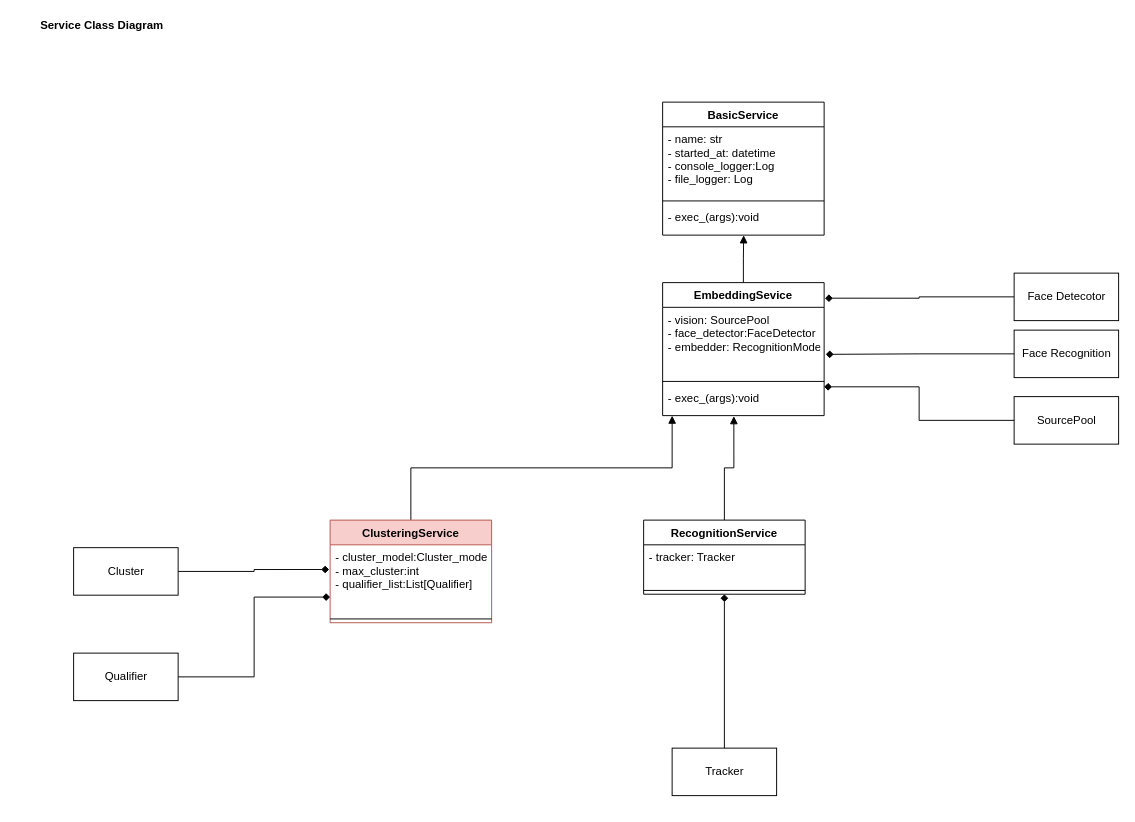
Before: page "Class Diagram Service" (3 of 4) of doc/diagram/face recognition.drawio in armin-azh/siamese, a draw.io diagram. Source tidied: cells renumbered, new cells numbered last; positions are measured from the earlier drawing's top-left corner, leaving out a move shared by most shapes. Both pictures are drawn from the tidied source at 95%, with x=0, y=0 at pixel (16, 16).
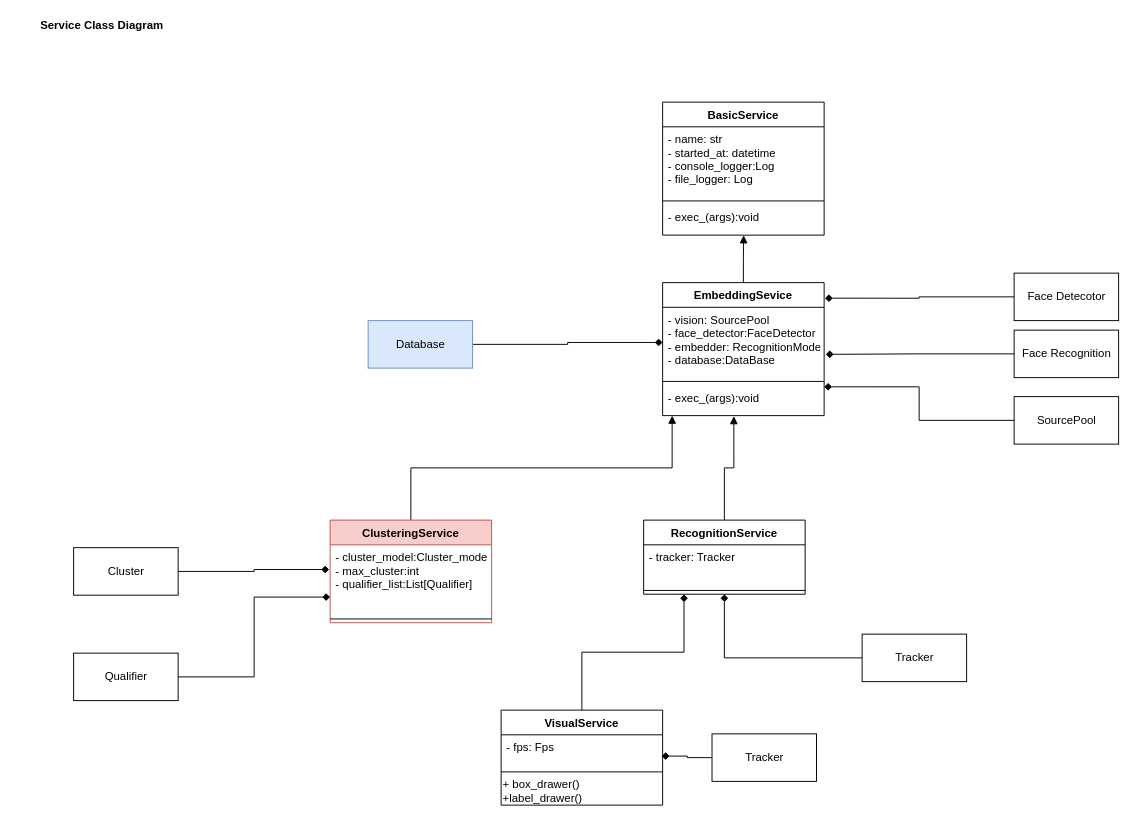
The same page after the edit.

Commit message (it also covers changes not shown here):
add EmbeddingService, but I have been remembered that I didn`t implement the Database Class

Unchanged cells that the change refers to:
```xml
<mxCell id="11" value="RecognitionService" style="swimlane;fontStyle=1;align=center;verticalAlign=top;horizontal=1;startSize=26;" parent="1" vertex="1">
  <mxGeometry x="660" y="530" width="170" height="78" as="geometry" />
</mxCell>
<mxCell id="15" value="EmbeddingSevice" style="swimlane;fontStyle=1;align=center;verticalAlign=top;horizontal=1;startSize=26;" parent="1" vertex="1">
  <mxGeometry x="680" y="280" width="170" height="140" as="geometry" />
</mxCell>
```

Change to the diagram source:
```diff
@@
-    <mxCell id="16" value="- vision: SourcePool&#10;- face_detector:FaceDetector&#10;- embedder: RecognitionModel" style="text;align=left;verticalAlign=top;spacingLeft=4;spacingRight=4;overflow=hidden;points=[[0,0.5],[1,0.5]];portConstraint=eastwest;" parent="15" vertex="1">
+    <mxCell id="16" value="- vision: SourcePool&#10;- face_detector:FaceDetector&#10;- embedder: RecognitionModel&#10;- database:DataBase" style="text;align=left;verticalAlign=top;spacingLeft=4;spacingRight=4;overflow=hidden;points=[[0,0.5],[1,0.5]];portConstraint=eastwest;" parent="15" vertex="1">
       <mxGeometry y="26" width="170" height="74" as="geometry" />
     </mxCell>
@@
     <mxCell id="26" value="Tracker" style="html=1;" parent="1" vertex="1">
-      <mxGeometry x="690" y="770" width="110" height="50" as="geometry" />
+      <mxGeometry x="890" y="650" width="110" height="50" as="geometry" />
     </mxCell>
@@
+    <mxCell id="32" style="edgeStyle=orthogonalEdgeStyle;rounded=0;jettySize=auto;html=1;entryX=0.25;entryY=1;entryDx=0;entryDy=0;startArrow=none;startFill=0;endArrow=diamond;endFill=1;" parent="1" edge="1" source="33" target="11">
+      <mxGeometry relative="1" as="geometry" />
+    </mxCell>
+    <mxCell id="33" value="VisualService" style="swimlane;fontStyle=1;align=center;verticalAlign=top;horizontal=1;startSize=26;" parent="1" vertex="1">
+      <mxGeometry x="510" y="730" width="170" height="100" as="geometry" />
+    </mxCell>
+    <mxCell id="34" value="- fps: Fps" style="text;align=left;verticalAlign=top;spacingLeft=4;spacingRight=4;overflow=hidden;points=[[0,0.5],[1,0.5]];portConstraint=eastwest;" parent="33" vertex="1">
+      <mxGeometry y="26" width="170" height="34" as="geometry" />
+    </mxCell>
+    <mxCell id="35" style="line;strokeWidth=1;align=left;verticalAlign=middle;spacingTop=-1;spacingLeft=3;spacingRight=3;labelPosition=right;" parent="33" vertex="1">
+      <mxGeometry y="60" width="170" height="10" as="geometry" />
+    </mxCell>
+    <mxCell id="36" value="+ box_drawer()&lt;br&gt;+label_drawer()" style="text;html=1;align=left;verticalAlign=middle;strokeColor=none;" parent="33" vertex="1">
+      <mxGeometry y="70" width="170" height="30" as="geometry" />
+    </mxCell>
+    <mxCell id="37" style="edgeStyle=orthogonalEdgeStyle;rounded=0;jettySize=auto;html=1;entryX=0.994;entryY=0.659;entryDx=0;entryDy=0;entryPerimeter=0;startArrow=none;startFill=0;endArrow=diamond;endFill=1;" parent="1" edge="1" source="38" target="34">
+      <mxGeometry relative="1" as="geometry" />
+    </mxCell>
+    <mxCell id="38" value="Tracker" style="html=1;" parent="1" vertex="1">
+      <mxGeometry x="732" y="755" width="110" height="50" as="geometry" />
+    </mxCell>
+    <mxCell id="39" style="edgeStyle=orthogonalEdgeStyle;rounded=0;jettySize=auto;html=1;entryX=0;entryY=0.5;entryDx=0;entryDy=0;startArrow=none;startFill=0;endArrow=diamond;endFill=1;" parent="1" edge="1" source="40" target="16">
+      <mxGeometry relative="1" as="geometry" />
+    </mxCell>
+    <mxCell id="40" value="Database" style="html=1;fillColor=#dae8fc;strokeColor=#6c8ebf;" parent="1" vertex="1">
+      <mxGeometry x="370" y="320" width="110" height="50" as="geometry" />
+    </mxCell>
```
